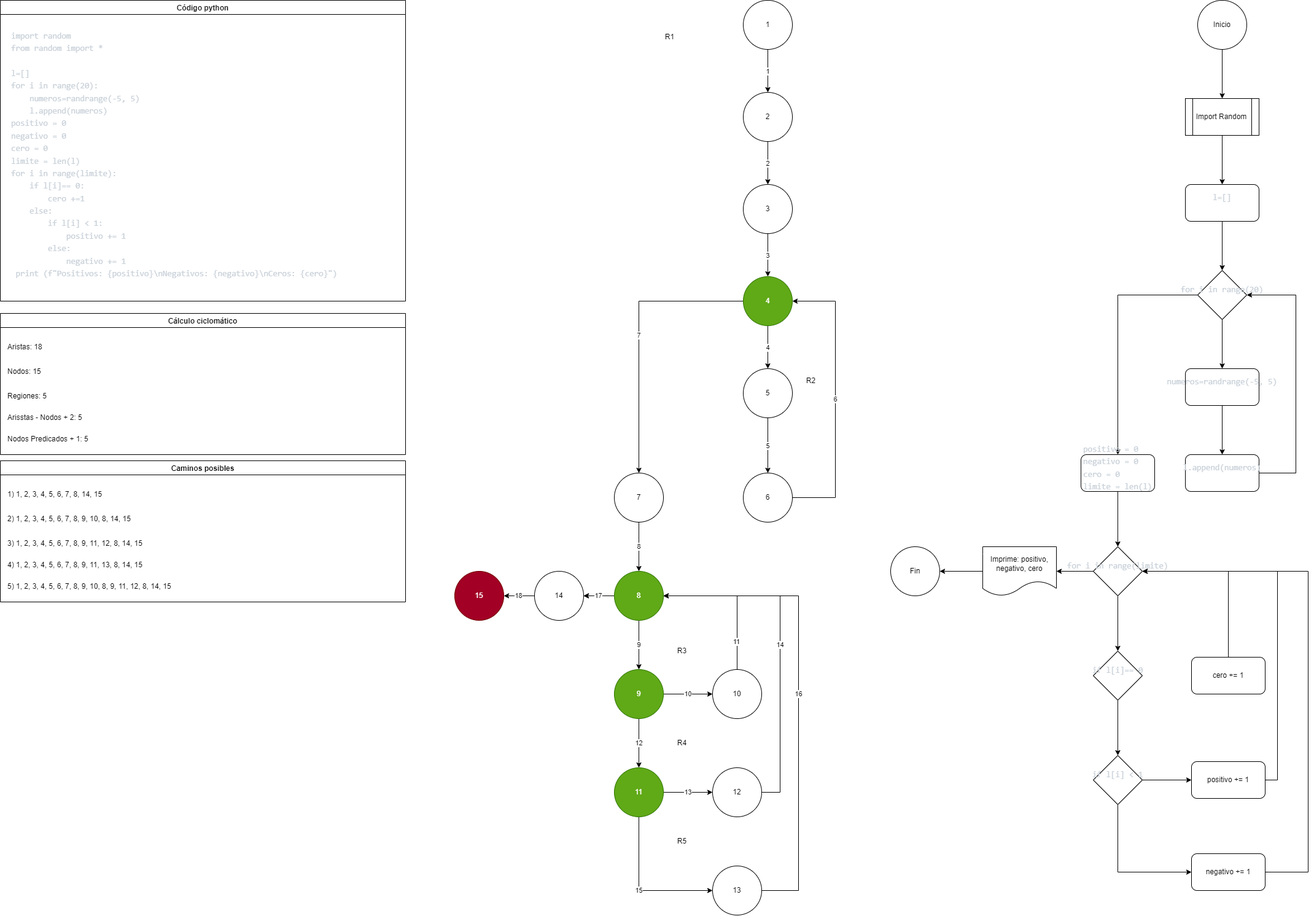
This is Diagramas-Bis/DBis-1.png from FioroniT/TP8_Fioroni-Talavera-, a draw.io export, as it was before one commit. Source tidied: cells renumbered, new cells last; positions are measured from the earlier drawing's top-left corner, leaving out a move shared by most shapes.
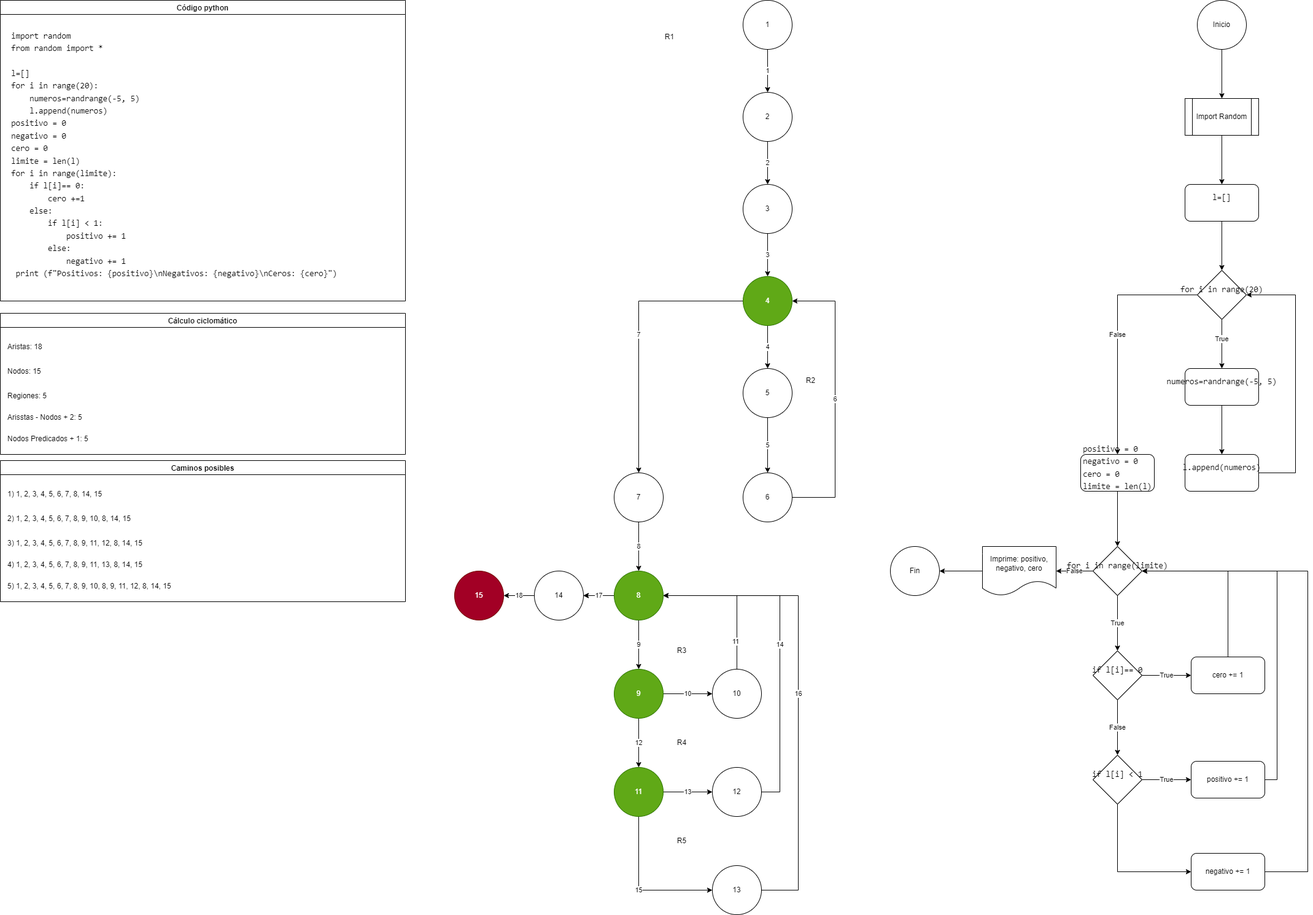
The same file after the commit.

Commit message:
Corrijo diagrama1Bis

Diff of the diagram source:
```diff
@@ -5,7 +5,7 @@
     <mxCell id="2" value="Código python" style="swimlane;" parent="1" vertex="1">
       <mxGeometry width="660" height="490" as="geometry" />
     </mxCell>
-    <mxCell id="3" value="&lt;pre style=&quot;box-sizing: border-box; margin-top: 0px; margin-bottom: 16px; overflow-wrap: normal; padding: 16px; overflow: auto; line-height: 1.45; background-color: var(--color-canvas-subtle); border-radius: 6px;&quot; lang=&quot;mermaid&quot;&gt;&lt;font face=&quot;ui-monospace, SFMono-Regular, SF Mono, Menlo, Consolas, Liberation Mono, monospace&quot; color=&quot;#c9d1d9&quot;&gt;&lt;span style=&quot;font-size: 13.6px;&quot;&gt;import random&lt;br&gt;from random import *&lt;br&gt;&lt;br&gt;l=[]&lt;br&gt;for i in range(20):&lt;br&gt;    numeros=randrange(-5, 5)&lt;br&gt;    l.append(numeros)&lt;br&gt;positivo = 0&lt;br&gt;negativo = 0&lt;br&gt;cero = 0&lt;br&gt;limite = len(l)&lt;br&gt;for i in range(limite):&lt;br&gt;    if l[i]== 0:&lt;br&gt;        cero +=1&lt;br&gt;    else:&lt;br&gt;        if l[i] &amp;lt; 1:&lt;br&gt;            positivo += 1&lt;br&gt;        else:&lt;br&gt;            negativo += 1&lt;br&gt; print (f&quot;Positivos: {positivo}\nNegativos: {negativo}\nCeros: {cero}&quot;)&lt;br&gt;&lt;/span&gt;&lt;/font&gt;&lt;/pre&gt;" style="text;html=1;strokeColor=none;fillColor=none;align=left;verticalAlign=middle;whiteSpace=wrap;rounded=0;" parent="2" vertex="1">
+    <mxCell id="3" value="&lt;pre style=&quot;box-sizing: border-box; margin-top: 0px; margin-bottom: 16px; overflow-wrap: normal; padding: 16px; overflow: auto; line-height: 1.45; background-color: var(--color-canvas-subtle); border-radius: 6px;&quot; lang=&quot;mermaid&quot;&gt;&lt;font face=&quot;ui-monospace, SFMono-Regular, SF Mono, Menlo, Consolas, Liberation Mono, monospace&quot;&gt;&lt;span style=&quot;font-size: 13.6px;&quot;&gt;import random&lt;br&gt;from random import *&lt;br&gt;&lt;br&gt;l=[]&lt;br&gt;for i in range(20):&lt;br&gt;    numeros=randrange(-5, 5)&lt;br&gt;    l.append(numeros)&lt;br&gt;positivo = 0&lt;br&gt;negativo = 0&lt;br&gt;cero = 0&lt;br&gt;limite = len(l)&lt;br&gt;for i in range(limite):&lt;br&gt;    if l[i]== 0:&lt;br&gt;        cero +=1&lt;br&gt;    else:&lt;br&gt;        if l[i] &amp;lt; 1:&lt;br&gt;            positivo += 1&lt;br&gt;        else:&lt;br&gt;            negativo += 1&lt;br&gt; print (f&quot;Positivos: {positivo}\nNegativos: {negativo}\nCeros: {cero}&quot;)&lt;font color=&quot;#c9d1d9&quot;&gt;&lt;br&gt;&lt;/font&gt;&lt;/span&gt;&lt;/font&gt;&lt;/pre&gt;" style="text;html=1;strokeColor=none;fillColor=none;align=left;verticalAlign=middle;whiteSpace=wrap;rounded=0;" parent="2" vertex="1">
       <mxGeometry y="30" width="650" height="460" as="geometry" />
     </mxCell>
     <mxCell id="4" value="1" style="edgeStyle=orthogonalEdgeStyle;rounded=0;jettySize=auto;html=1;entryX=0.5;entryY=0;entryDx=0;entryDy=0;" parent="1" edge="1" source="5" target="7">
@@ -203,22 +203,25 @@
     <mxCell id="59" style="edgeStyle=orthogonalEdgeStyle;rounded=0;jettySize=auto;html=1;entryX=0.5;entryY=0;entryDx=0;entryDy=0;" parent="1" edge="1" source="60" target="63">
       <mxGeometry relative="1" as="geometry" />
     </mxCell>
-    <mxCell id="60" value="&lt;pre style=&quot;text-align: left; background-color: var(--color-canvas-subtle); box-sizing: border-box; margin-top: 0px; margin-bottom: 16px; overflow-wrap: normal; padding: 16px; overflow: auto; line-height: 1.45; border-radius: 6px;&quot; lang=&quot;mermaid&quot;&gt;&lt;font face=&quot;ui-monospace, SFMono-Regular, SF Mono, Menlo, Consolas, Liberation Mono, monospace&quot; color=&quot;#c9d1d9&quot;&gt;&lt;span style=&quot;font-size: 13.6px;&quot;&gt;l=[]&lt;/span&gt;&lt;/font&gt;&lt;/pre&gt;" style="rounded=1;whiteSpace=wrap;html=1;" parent="1" vertex="1">
+    <mxCell id="60" value="&lt;pre style=&quot;text-align: left; background-color: var(--color-canvas-subtle); box-sizing: border-box; margin-top: 0px; margin-bottom: 16px; overflow-wrap: normal; padding: 16px; overflow: auto; line-height: 1.45; border-radius: 6px;&quot; lang=&quot;mermaid&quot;&gt;&lt;font face=&quot;ui-monospace, SFMono-Regular, SF Mono, Menlo, Consolas, Liberation Mono, monospace&quot;&gt;&lt;span style=&quot;font-size: 13.6px;&quot;&gt;l=[]&lt;/span&gt;&lt;/font&gt;&lt;/pre&gt;" style="rounded=1;whiteSpace=wrap;html=1;" parent="1" vertex="1">
       <mxGeometry x="1930" y="300" width="120" height="60" as="geometry" />
     </mxCell>
-    <mxCell id="61" style="edgeStyle=orthogonalEdgeStyle;rounded=0;jettySize=auto;html=1;entryX=0.5;entryY=0;entryDx=0;entryDy=0;" parent="1" edge="1" source="63" target="69">
+    <mxCell id="61" value="False" style="edgeStyle=orthogonalEdgeStyle;rounded=0;jettySize=auto;html=1;entryX=0.5;entryY=0;entryDx=0;entryDy=0;" parent="1" edge="1" source="63" target="69">
       <mxGeometry relative="1" as="geometry" />
     </mxCell>
     <mxCell id="62" style="edgeStyle=orthogonalEdgeStyle;rounded=0;jettySize=auto;html=1;entryX=0.5;entryY=0;entryDx=0;entryDy=0;" parent="1" edge="1" source="63" target="65">
       <mxGeometry relative="1" as="geometry" />
     </mxCell>
+    <mxCell id="88" value="True" style="edgeLabel;html=1;align=center;verticalAlign=middle;fontColor=#000000;" parent="62" vertex="1">
+      <mxGeometry x="-0.21" relative="1" as="geometry" />
+    </mxCell>
-    <mxCell id="63" value="&lt;pre style=&quot;text-align: left; background-color: var(--color-canvas-subtle); box-sizing: border-box; margin-top: 0px; margin-bottom: 16px; overflow-wrap: normal; padding: 16px; overflow: auto; line-height: 1.45; border-radius: 6px;&quot; lang=&quot;mermaid&quot;&gt;&lt;font face=&quot;ui-monospace, SFMono-Regular, SF Mono, Menlo, Consolas, Liberation Mono, monospace&quot; color=&quot;#c9d1d9&quot;&gt;&lt;span style=&quot;font-size: 13.6px;&quot;&gt;for i in range(20)&lt;/span&gt;&lt;/font&gt;&lt;/pre&gt;" style="rhombus;whiteSpace=wrap;html=1;" parent="1" vertex="1">
+    <mxCell id="63" value="&lt;pre style=&quot;text-align: left; background-color: var(--color-canvas-subtle); box-sizing: border-box; margin-top: 0px; margin-bottom: 16px; overflow-wrap: normal; padding: 16px; overflow: auto; line-height: 1.45; border-radius: 6px;&quot; lang=&quot;mermaid&quot;&gt;&lt;font face=&quot;ui-monospace, SFMono-Regular, SF Mono, Menlo, Consolas, Liberation Mono, monospace&quot;&gt;&lt;span style=&quot;font-size: 13.6px;&quot;&gt;for i in range(20)&lt;/span&gt;&lt;/font&gt;&lt;/pre&gt;" style="rhombus;whiteSpace=wrap;html=1;" parent="1" vertex="1">
       <mxGeometry x="1950" y="440" width="80" height="80" as="geometry" />
     </mxCell>
     <mxCell id="64" style="edgeStyle=orthogonalEdgeStyle;rounded=0;jettySize=auto;html=1;entryX=0.5;entryY=0;entryDx=0;entryDy=0;" parent="1" edge="1" source="65" target="67">
       <mxGeometry relative="1" as="geometry" />
     </mxCell>
-    <mxCell id="65" value="&lt;pre style=&quot;text-align: left; background-color: var(--color-canvas-subtle); box-sizing: border-box; margin-top: 0px; margin-bottom: 16px; overflow-wrap: normal; padding: 16px; overflow: auto; line-height: 1.45; border-radius: 6px;&quot; lang=&quot;mermaid&quot;&gt;&lt;font face=&quot;ui-monospace, SFMono-Regular, SF Mono, Menlo, Consolas, Liberation Mono, monospace&quot; color=&quot;#c9d1d9&quot;&gt;&lt;span style=&quot;font-size: 13.6px;&quot;&gt;numeros=randrange(-5, 5)&lt;/span&gt;&lt;/font&gt;&lt;/pre&gt;" style="rounded=1;whiteSpace=wrap;html=1;" parent="1" vertex="1">
+    <mxCell id="65" value="&lt;pre style=&quot;text-align: left; background-color: var(--color-canvas-subtle); box-sizing: border-box; margin-top: 0px; margin-bottom: 16px; overflow-wrap: normal; padding: 16px; overflow: auto; line-height: 1.45; border-radius: 6px;&quot; lang=&quot;mermaid&quot;&gt;&lt;font face=&quot;ui-monospace, SFMono-Regular, SF Mono, Menlo, Consolas, Liberation Mono, monospace&quot;&gt;&lt;span style=&quot;font-size: 13.6px;&quot;&gt;numeros=randrange(-5, 5)&lt;/span&gt;&lt;/font&gt;&lt;/pre&gt;" style="rounded=1;whiteSpace=wrap;html=1;" parent="1" vertex="1">
       <mxGeometry x="1930" y="600" width="120" height="60" as="geometry" />
     </mxCell>
     <mxCell id="66" style="edgeStyle=orthogonalEdgeStyle;rounded=0;jettySize=auto;html=1;entryX=1;entryY=0.5;entryDx=0;entryDy=0;" parent="1" edge="1" source="67" target="63">
@@ -229,22 +232,22 @@
         </Array>
       </mxGeometry>
     </mxCell>
-    <mxCell id="67" value="&lt;pre style=&quot;text-align: left; background-color: var(--color-canvas-subtle); box-sizing: border-box; margin-top: 0px; margin-bottom: 16px; overflow-wrap: normal; padding: 16px; overflow: auto; line-height: 1.45; border-radius: 6px;&quot; lang=&quot;mermaid&quot;&gt;&lt;font face=&quot;ui-monospace, SFMono-Regular, SF Mono, Menlo, Consolas, Liberation Mono, monospace&quot; color=&quot;#c9d1d9&quot;&gt;&lt;span style=&quot;font-size: 13.6px;&quot;&gt;l.append(numeros)&lt;br&gt;&lt;/span&gt;&lt;/font&gt;&lt;/pre&gt;" style="rounded=1;whiteSpace=wrap;html=1;" parent="1" vertex="1">
+    <mxCell id="67" value="&lt;pre style=&quot;text-align: left; background-color: var(--color-canvas-subtle); box-sizing: border-box; margin-top: 0px; margin-bottom: 16px; overflow-wrap: normal; padding: 16px; overflow: auto; line-height: 1.45; border-radius: 6px;&quot; lang=&quot;mermaid&quot;&gt;&lt;font face=&quot;ui-monospace, SFMono-Regular, SF Mono, Menlo, Consolas, Liberation Mono, monospace&quot;&gt;&lt;span style=&quot;font-size: 13.6px;&quot;&gt;l.append(numeros)&lt;font color=&quot;#c9d1d9&quot;&gt;&lt;br&gt;&lt;/font&gt;&lt;/span&gt;&lt;/font&gt;&lt;/pre&gt;" style="rounded=1;whiteSpace=wrap;html=1;" parent="1" vertex="1">
       <mxGeometry x="1930" y="740" width="120" height="60" as="geometry" />
     </mxCell>
     <mxCell id="68" style="edgeStyle=orthogonalEdgeStyle;rounded=0;jettySize=auto;html=1;entryX=0.5;entryY=0;entryDx=0;entryDy=0;" parent="1" edge="1" source="69" target="72">
       <mxGeometry relative="1" as="geometry" />
     </mxCell>
-    <mxCell id="69" value="&lt;pre style=&quot;text-align: left; background-color: var(--color-canvas-subtle); box-sizing: border-box; margin-top: 0px; margin-bottom: 16px; overflow-wrap: normal; padding: 16px; overflow: auto; line-height: 1.45; border-radius: 6px;&quot; lang=&quot;mermaid&quot;&gt;&lt;font face=&quot;ui-monospace, SFMono-Regular, SF Mono, Menlo, Consolas, Liberation Mono, monospace&quot; color=&quot;#c9d1d9&quot;&gt;&lt;span style=&quot;font-size: 13.6px;&quot;&gt;positivo = 0&lt;br&gt;negativo = 0&lt;br&gt;cero = 0&lt;br&gt;limite = len(l)&lt;/span&gt;&lt;/font&gt;&lt;/pre&gt;" style="rounded=1;whiteSpace=wrap;html=1;" parent="1" vertex="1">
+    <mxCell id="69" value="&lt;pre style=&quot;text-align: left; background-color: var(--color-canvas-subtle); box-sizing: border-box; margin-top: 0px; margin-bottom: 16px; overflow-wrap: normal; padding: 16px; overflow: auto; line-height: 1.45; border-radius: 6px;&quot; lang=&quot;mermaid&quot;&gt;&lt;font face=&quot;ui-monospace, SFMono-Regular, SF Mono, Menlo, Consolas, Liberation Mono, monospace&quot;&gt;&lt;span style=&quot;font-size: 13.6px;&quot;&gt;positivo = 0&lt;br&gt;negativo = 0&lt;br&gt;cero = 0&lt;br&gt;limite = len(l)&lt;/span&gt;&lt;/font&gt;&lt;/pre&gt;" style="rounded=1;whiteSpace=wrap;html=1;" parent="1" vertex="1">
       <mxGeometry x="1760" y="740" width="120" height="60" as="geometry" />
     </mxCell>
-    <mxCell id="70" style="edgeStyle=orthogonalEdgeStyle;rounded=0;jettySize=auto;html=1;entryX=0.5;entryY=0;entryDx=0;entryDy=0;" parent="1" edge="1" source="72" target="77">
+    <mxCell id="70" value="True" style="edgeStyle=orthogonalEdgeStyle;rounded=0;jettySize=auto;html=1;entryX=0.5;entryY=0;entryDx=0;entryDy=0;" parent="1" edge="1" source="72" target="77">
       <mxGeometry relative="1" as="geometry" />
     </mxCell>
-    <mxCell id="71" style="edgeStyle=orthogonalEdgeStyle;rounded=0;jettySize=auto;html=1;entryX=1;entryY=0.5;entryDx=0;entryDy=0;" parent="1" edge="1" source="72" target="74">
+    <mxCell id="71" value="False" style="edgeStyle=orthogonalEdgeStyle;rounded=0;jettySize=auto;html=1;entryX=1;entryY=0.5;entryDx=0;entryDy=0;" parent="1" edge="1" source="72" target="74">
       <mxGeometry relative="1" as="geometry" />
     </mxCell>
-    <mxCell id="72" value="&lt;pre style=&quot;text-align: left; background-color: var(--color-canvas-subtle); box-sizing: border-box; margin-top: 0px; margin-bottom: 16px; overflow-wrap: normal; padding: 16px; overflow: auto; line-height: 1.45; border-radius: 6px;&quot; lang=&quot;mermaid&quot;&gt;&lt;font face=&quot;ui-monospace, SFMono-Regular, SF Mono, Menlo, Consolas, Liberation Mono, monospace&quot; color=&quot;#c9d1d9&quot;&gt;&lt;span style=&quot;font-size: 13.6px;&quot;&gt;for i in range(limite)&lt;/span&gt;&lt;/font&gt;&lt;/pre&gt;" style="rhombus;whiteSpace=wrap;html=1;" parent="1" vertex="1">
+    <mxCell id="72" value="&lt;pre style=&quot;text-align: left; background-color: var(--color-canvas-subtle); box-sizing: border-box; margin-top: 0px; margin-bottom: 16px; overflow-wrap: normal; padding: 16px; overflow: auto; line-height: 1.45; border-radius: 6px;&quot; lang=&quot;mermaid&quot;&gt;&lt;font face=&quot;ui-monospace, SFMono-Regular, SF Mono, Menlo, Consolas, Liberation Mono, monospace&quot;&gt;&lt;span style=&quot;font-size: 13.6px;&quot;&gt;for i in range(limite)&lt;/span&gt;&lt;/font&gt;&lt;/pre&gt;" style="rhombus;whiteSpace=wrap;html=1;" parent="1" vertex="1">
       <mxGeometry x="1780" y="890" width="80" height="80" as="geometry" />
     </mxCell>
     <mxCell id="73" style="edgeStyle=orthogonalEdgeStyle;rounded=0;jettySize=auto;html=1;entryX=1;entryY=0.5;entryDx=0;entryDy=0;" parent="1" edge="1" source="74" target="75">
@@ -256,13 +259,16 @@
     <mxCell id="75" value="Fin" style="ellipse;whiteSpace=wrap;html=1;" parent="1" vertex="1">
       <mxGeometry x="1450" y="890" width="80" height="80" as="geometry" />
     </mxCell>
-    <mxCell id="76" style="edgeStyle=orthogonalEdgeStyle;rounded=0;jettySize=auto;html=1;entryX=0.5;entryY=0;entryDx=0;entryDy=0;" parent="1" edge="1" source="77" target="80">
+    <mxCell id="76" value="False" style="edgeStyle=orthogonalEdgeStyle;rounded=0;jettySize=auto;html=1;entryX=0.5;entryY=0;entryDx=0;entryDy=0;" parent="1" edge="1" source="77" target="80">
       <mxGeometry relative="1" as="geometry" />
     </mxCell>
+    <mxCell id="89" value="True" style="edgeStyle=orthogonalEdgeStyle;rounded=0;jettySize=auto;html=1;fontColor=#000000;" parent="1" edge="1" source="77" target="82">
+      <mxGeometry relative="1" as="geometry" />
+    </mxCell>
-    <mxCell id="77" value="&lt;pre style=&quot;text-align: left; background-color: var(--color-canvas-subtle); box-sizing: border-box; margin-top: 0px; margin-bottom: 16px; overflow-wrap: normal; padding: 16px; overflow: auto; line-height: 1.45; border-radius: 6px;&quot; lang=&quot;mermaid&quot;&gt;&lt;font face=&quot;ui-monospace, SFMono-Regular, SF Mono, Menlo, Consolas, Liberation Mono, monospace&quot; color=&quot;#c9d1d9&quot;&gt;&lt;span style=&quot;font-size: 13.6px;&quot;&gt;if l[i]== 0&lt;/span&gt;&lt;/font&gt;&lt;/pre&gt;" style="rhombus;whiteSpace=wrap;html=1;" parent="1" vertex="1">
+    <mxCell id="77" value="&lt;pre style=&quot;text-align: left; background-color: var(--color-canvas-subtle); box-sizing: border-box; margin-top: 0px; margin-bottom: 16px; overflow-wrap: normal; padding: 16px; overflow: auto; line-height: 1.45; border-radius: 6px;&quot; lang=&quot;mermaid&quot;&gt;&lt;font face=&quot;ui-monospace, SFMono-Regular, SF Mono, Menlo, Consolas, Liberation Mono, monospace&quot;&gt;&lt;span style=&quot;font-size: 13.6px;&quot;&gt;if l[i]== 0&lt;/span&gt;&lt;/font&gt;&lt;/pre&gt;" style="rhombus;whiteSpace=wrap;html=1;" parent="1" vertex="1">
       <mxGeometry x="1780" y="1060" width="80" height="80" as="geometry" />
     </mxCell>
-    <mxCell id="78" style="edgeStyle=orthogonalEdgeStyle;rounded=0;jettySize=auto;html=1;entryX=0;entryY=0.5;entryDx=0;entryDy=0;" parent="1" edge="1" source="80" target="84">
+    <mxCell id="78" value="True" style="edgeStyle=orthogonalEdgeStyle;rounded=0;jettySize=auto;html=1;entryX=0;entryY=0.5;entryDx=0;entryDy=0;" parent="1" edge="1" source="80" target="84">
       <mxGeometry relative="1" as="geometry" />
     </mxCell>
     <mxCell id="79" style="edgeStyle=orthogonalEdgeStyle;rounded=0;jettySize=auto;html=1;entryX=0;entryY=0.5;entryDx=0;entryDy=0;" parent="1" edge="1" source="80" target="86">
@@ -272,7 +278,7 @@
         </Array>
       </mxGeometry>
     </mxCell>
-    <mxCell id="80" value="&lt;pre style=&quot;text-align: left; background-color: var(--color-canvas-subtle); box-sizing: border-box; margin-top: 0px; margin-bottom: 16px; overflow-wrap: normal; padding: 16px; overflow: auto; line-height: 1.45; border-radius: 6px;&quot; lang=&quot;mermaid&quot;&gt;&lt;font face=&quot;ui-monospace, SFMono-Regular, SF Mono, Menlo, Consolas, Liberation Mono, monospace&quot; color=&quot;#c9d1d9&quot;&gt;&lt;span style=&quot;font-size: 13.6px;&quot;&gt;if l[i] &amp;lt; 1&lt;/span&gt;&lt;/font&gt;&lt;/pre&gt;" style="rhombus;whiteSpace=wrap;html=1;" parent="1" vertex="1">
+    <mxCell id="80" value="&lt;pre style=&quot;text-align: left; background-color: var(--color-canvas-subtle); box-sizing: border-box; margin-top: 0px; margin-bottom: 16px; overflow-wrap: normal; padding: 16px; overflow: auto; line-height: 1.45; border-radius: 6px;&quot; lang=&quot;mermaid&quot;&gt;&lt;font face=&quot;ui-monospace, SFMono-Regular, SF Mono, Menlo, Consolas, Liberation Mono, monospace&quot;&gt;&lt;span style=&quot;font-size: 13.6px;&quot;&gt;if l[i] &amp;lt; 1&lt;/span&gt;&lt;/font&gt;&lt;/pre&gt;" style="rhombus;whiteSpace=wrap;html=1;" parent="1" vertex="1">
       <mxGeometry x="1780" y="1230" width="80" height="80" as="geometry" />
     </mxCell>
     <mxCell id="81" style="edgeStyle=orthogonalEdgeStyle;rounded=0;jettySize=auto;html=1;entryX=1;entryY=0.5;entryDx=0;entryDy=0;" parent="1" edge="1" source="82" target="72">
```
